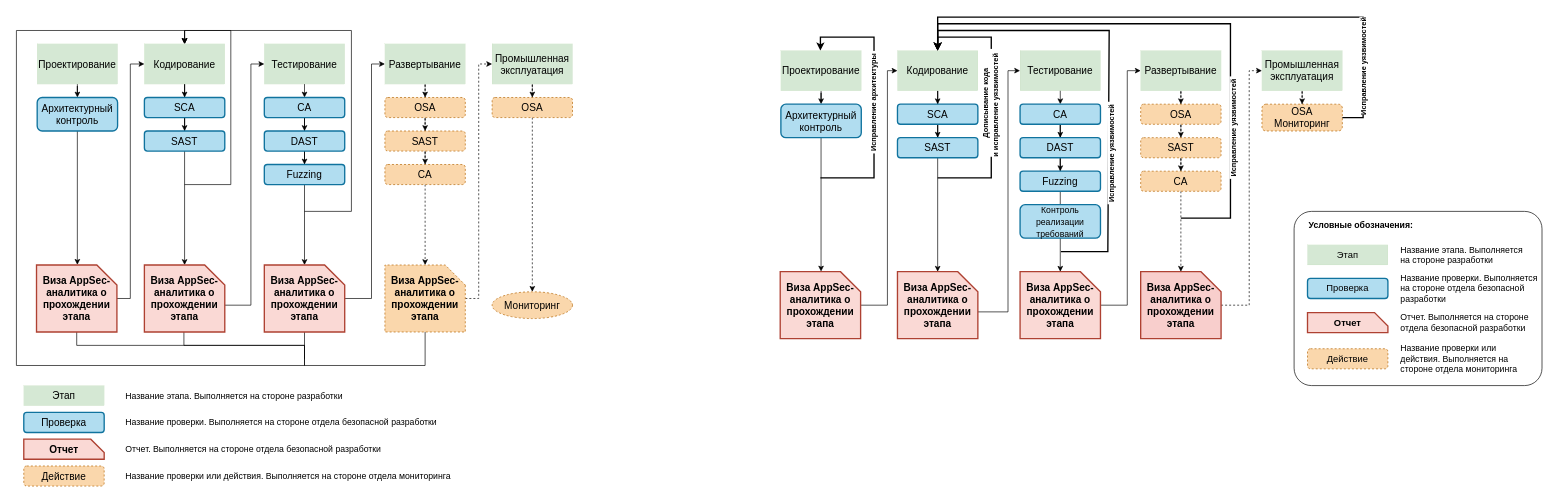
This is page "Этапы" (5 of 11) of Untitled Diagram2.drawio from GoluzinaD/Python, a draw.io file, before an edit. Source tidied: cells renumbered, new cells numbered last; positions are measured from the earlier drawing's top-left corner, leaving out a move shared by most shapes. Both pictures are drawn from the tidied source at 67%, with x=0, y=0 at pixel (16, 17).
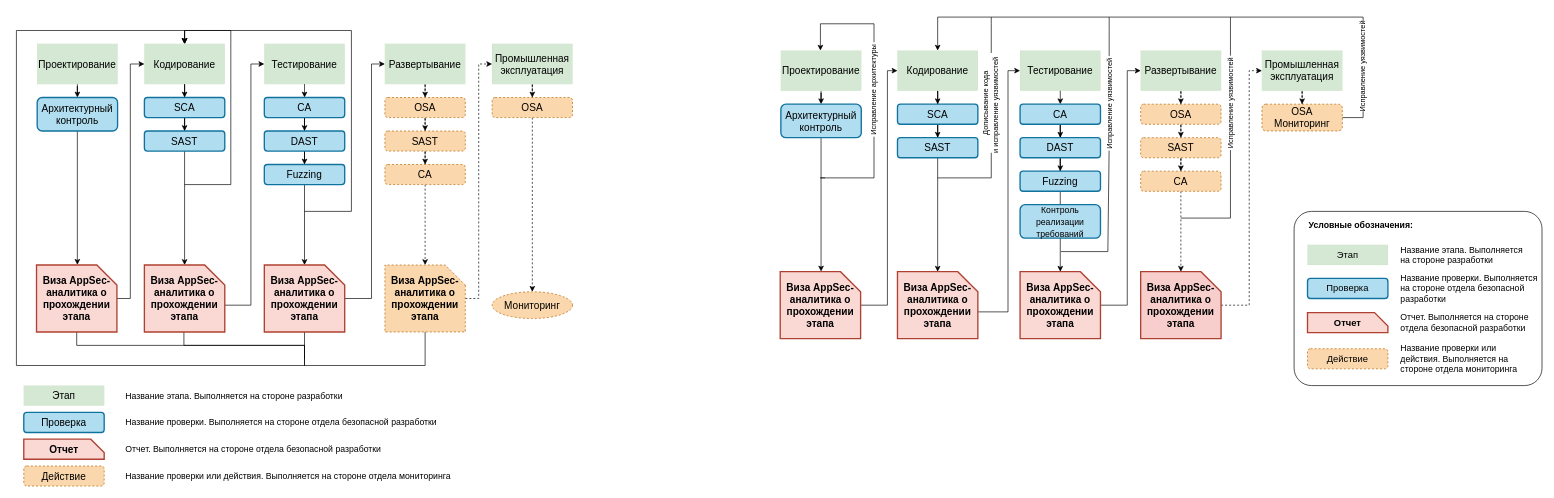
After the change.

Unchanged cells that the change refers to:
```xml
<mxCell id="59" value="Кодирование" style="rounded=0;whiteSpace=wrap;html=1;fontSize=15;strokeWidth=0;fillColor=#d5e8d4;strokeColor=#82b366;" parent="1" vertex="1">
  <mxGeometry x="1315" y="50" width="120" height="60" as="geometry" />
</mxCell>
<mxCell id="74" value="OSA&lt;br&gt;Мониторинг" style="rounded=1;whiteSpace=wrap;html=1;fontSize=15;fillColor=#fad7ac;strokeColor=#b46504;dashed=1;" parent="1" vertex="1">
  <mxGeometry x="1859" y="130" width="120" height="40" as="geometry" />
</mxCell>
```

Change to the diagram source:
```diff
@@
-    <mxCell id="93" style="endArrow=classic;html=1;rounded=0;fontSize=13;strokeWidth=2;" parent="1" edge="1">
+    <mxCell id="93" style="endArrow=none;html=1;rounded=0;fontSize=13;strokeWidth=1;endFill=0;" parent="1" edge="1">
       <mxGeometry relative="1" as="geometry">
         <mxPoint x="1375" y="240" as="sourcePoint" />
-        <mxPoint x="1375" y="50" as="targetPoint" />
+        <mxPoint x="1455" as="targetPoint" />
         <Array as="points">
           <mxPoint x="1455" y="240" />
           <mxPoint x="1455" y="30" />
-          <mxPoint x="1375" y="30" />
+          <mxPoint x="1455" y="10" />
         </Array>
       </mxGeometry>
     </mxCell>
-    <mxCell id="94" value="&lt;b&gt;&amp;nbsp;Дописывание кода&amp;nbsp;&lt;br&gt;и исправление уязвимостей&amp;nbsp;&amp;nbsp;&lt;/b&gt;" style="edgeLabel;html=1;align=center;verticalAlign=middle;rotation=-90;" parent="93" vertex="1">
+    <mxCell id="94" value="&lt;span&gt;&amp;nbsp;Дописывание кода&amp;nbsp;&lt;br&gt;и исправление уязвимостей&amp;nbsp;&amp;nbsp;&lt;/span&gt;" style="edgeLabel;html=1;align=center;verticalAlign=middle;rotation=-90;fontFamily=Helvetica;fontStyle=0;" parent="93" vertex="1">
       <mxGeometry x="-0.01" y="2" relative="1" as="geometry">
-        <mxPoint y="3" as="offset" />
+        <mxPoint y="-32" as="offset" />
       </mxGeometry>
     </mxCell>
-    <mxCell id="95" style="endArrow=classic;html=1;rounded=0;fontSize=13;strokeWidth=2;entryX=0.5;entryY=0;entryDx=0;entryDy=0;" parent="1" edge="1" target="59">
+    <mxCell id="95" style="endArrow=none;html=1;rounded=0;fontSize=13;strokeWidth=1;endFill=0;" parent="1" edge="1">
       <mxGeometry relative="1" as="geometry">
         <mxPoint x="1559" y="350" as="sourcePoint" />
+        <mxPoint x="1631" as="targetPoint" />
         <Array as="points">
           <mxPoint x="1629" y="350" />
+          <mxPoint x="1631" y="190" />
           <mxPoint x="1631" y="20" />
-          <mxPoint x="1375" y="20" />
+          <mxPoint x="1631" />
         </Array>
       </mxGeometry>
     </mxCell>
-    <mxCell id="96" value="&lt;b&gt;&amp;nbsp;Исправление уязвимостей&amp;nbsp;&lt;/b&gt;" style="edgeLabel;html=1;align=center;verticalAlign=middle;rotation=-90;" parent="95" vertex="1">
+    <mxCell id="96" value="&lt;span&gt;&amp;nbsp;Исправление уязвимостей&amp;nbsp;&lt;/span&gt;" style="edgeLabel;html=1;align=center;verticalAlign=middle;rotation=-90;fontFamily=Helvetica;fontStyle=0;" parent="95" vertex="1">
       <mxGeometry x="-0.37" relative="1" as="geometry">
-        <mxPoint x="4" as="offset" />
+        <mxPoint x="1" y="-158" as="offset" />
       </mxGeometry>
     </mxCell>
@@
-    <mxCell id="105" style="endArrow=classic;html=1;rounded=0;fontSize=13;strokeWidth=2;entryX=0.5;entryY=0;entryDx=0;entryDy=0;" parent="1" edge="1" target="59">
+    <mxCell id="105" style="endArrow=none;html=1;rounded=0;fontSize=13;strokeWidth=1;endFill=0;" parent="1" edge="1">
       <mxGeometry relative="1" as="geometry">
         <mxPoint x="1738" y="300" as="sourcePoint" />
+        <mxPoint x="1812" as="targetPoint" />
         <Array as="points">
           <mxPoint x="1812" y="300" />
-          <mxPoint x="1812" y="10" />
-          <mxPoint x="1375" y="10" />
+          <mxPoint x="1812" />
         </Array>
       </mxGeometry>
     </mxCell>
-    <mxCell id="106" value="&lt;b&gt;&amp;nbsp;Исправление уязвимостей&amp;nbsp;&lt;/b&gt;" style="edgeLabel;html=1;align=center;verticalAlign=middle;rotation=-90;" parent="105" vertex="1">
+    <mxCell id="106" value="&lt;span&gt;&amp;nbsp;Исправление уязвимостей&amp;nbsp;&lt;/span&gt;" style="edgeLabel;html=1;align=center;verticalAlign=middle;rotation=-90;fontFamily=Helvetica;fontStyle=0;" parent="105" vertex="1">
       <mxGeometry x="-0.37" relative="1" as="geometry">
-        <mxPoint x="4" y="58" as="offset" />
+        <mxPoint y="-126" as="offset" />
       </mxGeometry>
     </mxCell>
-    <mxCell id="107" style="endArrow=classic;html=1;rounded=0;fontSize=13;strokeWidth=2;" parent="1" edge="1">
+    <mxCell id="107" style="endArrow=classic;html=1;rounded=0;fontSize=13;strokeWidth=1;" parent="1" edge="1">
       <mxGeometry relative="1" as="geometry">
         <mxPoint x="1207" y="240" as="sourcePoint" />
         <mxPoint x="1200" y="50" as="targetPoint" />
         <Array as="points">
           <mxPoint x="1200" y="240" />
           <mxPoint x="1280" y="240" />
-          <mxPoint x="1280" y="30" />
-          <mxPoint x="1200" y="30" />
+          <mxPoint x="1280" y="10" />
+          <mxPoint x="1200" y="10" />
         </Array>
       </mxGeometry>
     </mxCell>
-    <mxCell id="108" value="&lt;b&gt;&amp;nbsp;Исправление архитектуры&amp;nbsp;&lt;/b&gt;" style="edgeLabel;html=1;align=center;verticalAlign=middle;rotation=-90;" parent="107" vertex="1">
+    <mxCell id="108" value="&lt;span&gt;&amp;nbsp;Исправление архитектуры&amp;nbsp;&lt;/span&gt;" style="edgeLabel;html=1;align=center;verticalAlign=middle;rotation=-90;fontFamily=Helvetica;fontStyle=0;" parent="107" vertex="1">
       <mxGeometry x="-0.01" y="2" relative="1" as="geometry">
         <mxPoint y="-1" as="offset" />
       </mxGeometry>
     </mxCell>
-    <mxCell id="109" style="endArrow=classic;html=1;rounded=0;fontSize=13;strokeWidth=2;exitX=1;exitY=0.5;exitDx=0;exitDy=0;entryX=0.5;entryY=0;entryDx=0;entryDy=0;" parent="1" edge="1" source="74" target="59">
+    <mxCell id="109" style="endArrow=classic;html=1;rounded=0;fontSize=13;strokeWidth=1;exitX=1;exitY=0.5;exitDx=0;exitDy=0;entryX=0.5;entryY=0;entryDx=0;entryDy=0;" parent="1" edge="1" source="74" target="59">
       <mxGeometry relative="1" as="geometry">
         <Array as="points">
           <mxPoint x="2010" y="150" />
           <mxPoint x="2010" />
           <mxPoint x="1375" />
         </Array>
       </mxGeometry>
     </mxCell>
-    <mxCell id="110" value="&lt;b&gt;Исправление уязвимостей&lt;/b&gt;" style="edgeLabel;html=1;align=center;verticalAlign=middle;rotation=-90;" parent="109" vertex="1">
+    <mxCell id="110" value="&lt;span&gt;Исправление уязвимостей&lt;/span&gt;" style="edgeLabel;html=1;align=center;verticalAlign=middle;rotation=-90;fontFamily=Helvetica;fontStyle=0;" parent="109" vertex="1">
       <mxGeometry x="-0.37" relative="1" as="geometry">
-        <mxPoint x="92" y="75" as="offset" />
+        <mxPoint x="91" y="75" as="offset" />
       </mxGeometry>
     </mxCell>
```
